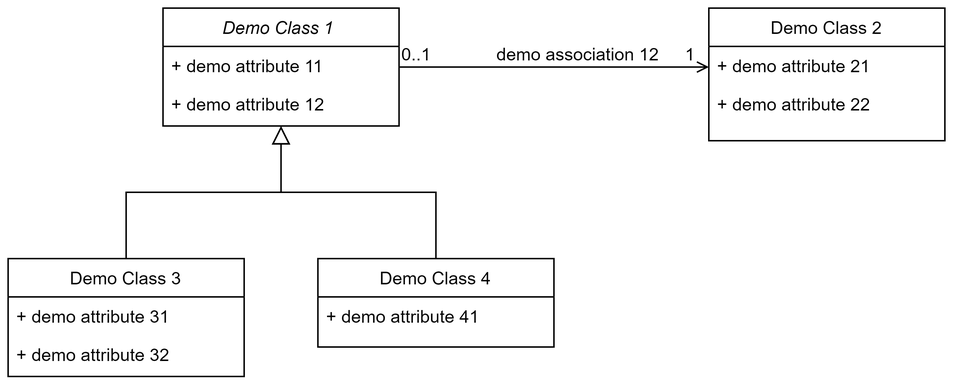
Earlier version of the draw.io export modelldcat-ap-no/images/demomodel1.png (jimjyang/showroom). Source tidied: cells renumbered, new cells last; positions are measured from the earlier drawing's top-left corner, leaving out a move shared by most shapes.
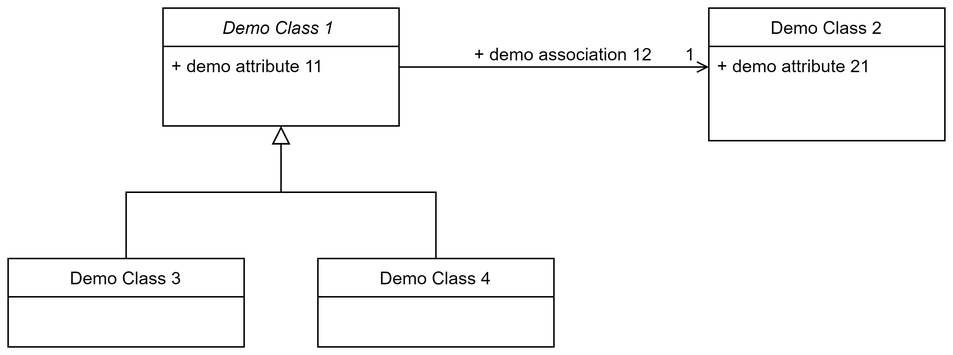
After the change.

What changed in the source:
```diff
@@ -8,27 +8,15 @@
     <mxCell id="3" value="+ demo attribute 11" style="text;align=left;verticalAlign=top;spacingLeft=4;spacingRight=4;overflow=hidden;" parent="2" vertex="1">
       <mxGeometry y="26" width="160" height="26" as="geometry" />
     </mxCell>
-    <mxCell id="4" value="+ demo attribute 12" style="text;align=left;verticalAlign=top;spacingLeft=4;spacingRight=4;overflow=hidden;rounded=0;shadow=0;html=0;" parent="2" vertex="1">
-      <mxGeometry y="52" width="160" height="26" as="geometry" />
-    </mxCell>
     <mxCell id="5" value="Demo Class 3" style="swimlane;fontStyle=0;align=center;verticalAlign=top;horizontal=1;startSize=26;rounded=0;shadow=0;strokeWidth=1;" parent="1" vertex="1">
-      <mxGeometry y="170" width="160" height="80" as="geometry" />
+      <mxGeometry y="170" width="160" height="60" as="geometry" />
     </mxCell>
-    <mxCell id="6" value="+ demo attribute 31" style="text;align=left;verticalAlign=top;spacingLeft=4;spacingRight=4;overflow=hidden;" parent="5" vertex="1">
-      <mxGeometry y="26" width="160" height="26" as="geometry" />
-    </mxCell>
-    <mxCell id="7" value="+ demo attribute 32" style="text;align=left;verticalAlign=top;spacingLeft=4;spacingRight=4;overflow=hidden;rounded=0;shadow=0;html=0;" parent="5" vertex="1">
-      <mxGeometry y="52" width="160" height="28" as="geometry" />
-    </mxCell>
     <mxCell id="8" style="endArrow=block;endSize=10;endFill=0;shadow=0;strokeWidth=1;rounded=0;edgeStyle=elbowEdgeStyle;elbow=vertical;" parent="1" edge="1" source="5" target="2">
       <mxGeometry relative="1" as="geometry" />
     </mxCell>
     <mxCell id="9" value="Demo Class 4" style="swimlane;fontStyle=0;align=center;verticalAlign=top;horizontal=1;startSize=26;rounded=0;shadow=0;strokeWidth=1;" parent="1" vertex="1">
       <mxGeometry x="210" y="170" width="160" height="60" as="geometry" />
     </mxCell>
-    <mxCell id="10" value="+ demo attribute 41" style="text;align=left;verticalAlign=top;spacingLeft=4;spacingRight=4;overflow=hidden;" parent="9" vertex="1">
-      <mxGeometry y="26" width="160" height="26" as="geometry" />
-    </mxCell>
     <mxCell id="11" style="endArrow=block;endSize=10;endFill=0;shadow=0;strokeWidth=1;rounded=0;edgeStyle=elbowEdgeStyle;elbow=vertical;" parent="1" edge="1" source="9" target="2">
       <mxGeometry relative="1" as="geometry" />
     </mxCell>
@@ -38,15 +26,12 @@
     <mxCell id="13" value="+ demo attribute 21" style="text;align=left;verticalAlign=top;spacingLeft=4;spacingRight=4;overflow=hidden;" parent="12" vertex="1">
       <mxGeometry y="26" width="160" height="26" as="geometry" />
     </mxCell>
-    <mxCell id="14" value="+ demo attribute 22" style="text;align=left;verticalAlign=top;spacingLeft=4;spacingRight=4;overflow=hidden;rounded=0;shadow=0;html=0;" parent="12" vertex="1">
-      <mxGeometry y="52" width="160" height="26" as="geometry" />
-    </mxCell>
     <mxCell id="15" style="endArrow=open;shadow=0;strokeWidth=1;rounded=0;endFill=1;edgeStyle=elbowEdgeStyle;elbow=vertical;" parent="1" edge="1" source="2" target="12">
       <mxGeometry x="0.5" y="41" relative="1" as="geometry">
         <mxPoint x="-40" y="32" as="offset" />
       </mxGeometry>
     </mxCell>
-    <mxCell id="16" value="0..1" style="align=left;verticalAlign=bottom;labelBackgroundColor=none;fontSize=12;" parent="15" vertex="1">
+    <mxCell id="16" style="align=left;verticalAlign=bottom;labelBackgroundColor=none;fontSize=12;" parent="15" vertex="1">
       <mxGeometry x="-1" relative="1" as="geometry" />
     </mxCell>
     <mxCell id="17" value="1" style="align=right;verticalAlign=bottom;labelBackgroundColor=none;fontSize=12;" parent="15" vertex="1">
@@ -54,9 +39,9 @@
         <mxPoint x="-8" as="offset" />
       </mxGeometry>
     </mxCell>
-    <mxCell id="18" value="demo association 12" style="text;html=1;align=center;verticalAlign=middle;labelBackgroundColor=none;rounded=0;shadow=0;strokeWidth=1;fontSize=12;" parent="15" vertex="1">
+    <mxCell id="18" value="+ demo association 12" style="text;html=1;align=center;verticalAlign=middle;labelBackgroundColor=none;rounded=0;shadow=0;strokeWidth=1;fontSize=12;" parent="15" vertex="1">
       <mxGeometry x="0.5" y="49" relative="1" as="geometry">
-        <mxPoint x="-38" y="40" as="offset" />
+        <mxPoint x="-48" y="40" as="offset" />
       </mxGeometry>
     </mxCell>
   </root>
```
